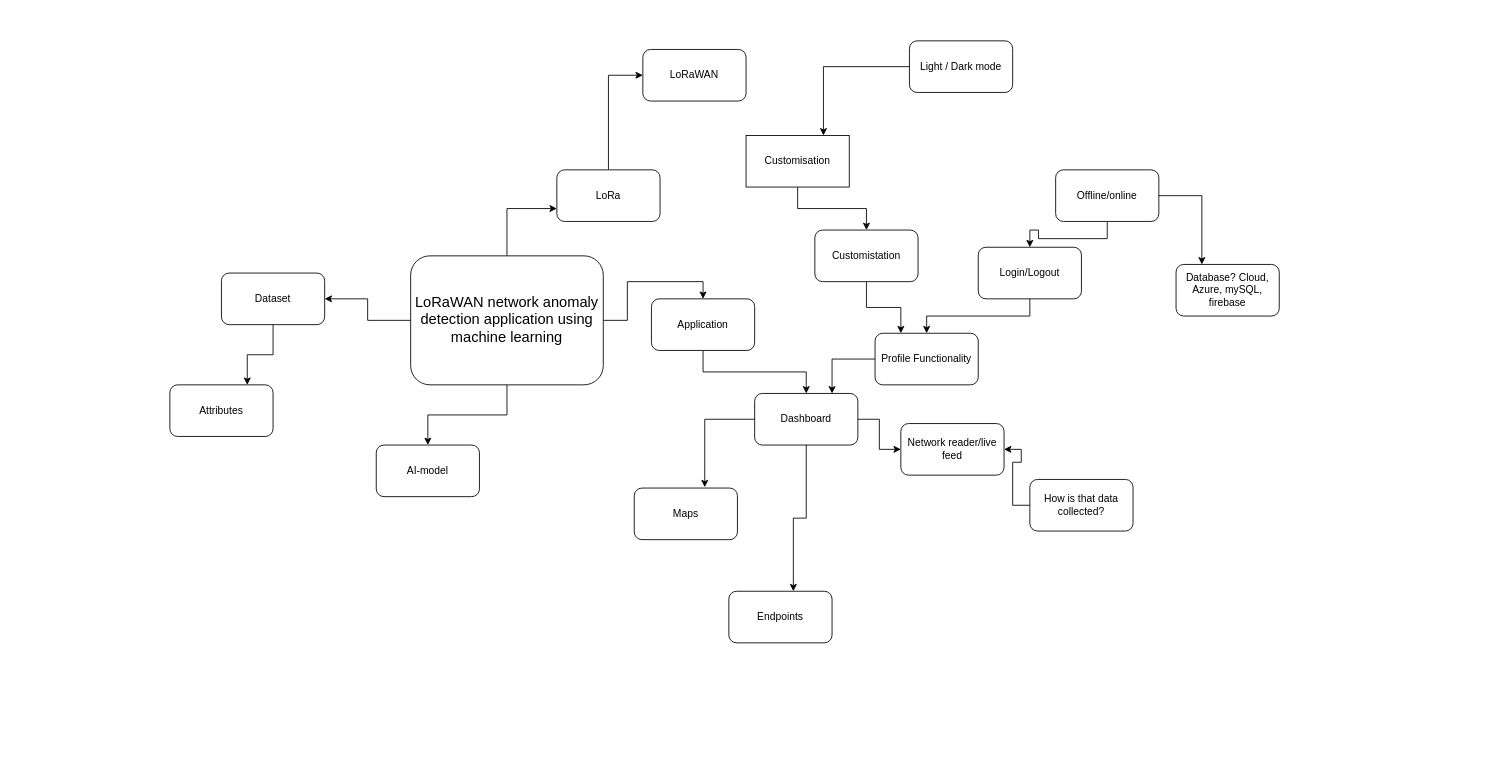
Above: docs/mindmap.drawio in hreid1/COMP3000-LoRaWAN (draw.io), before the change. Source tidied: cells renumbered, new cells numbered last; positions are measured from the earlier drawing's top-left corner, leaving out a move shared by most shapes. Both pictures are drawn from the tidied source at 86%, with x=0, y=0 at pixel (169, 40).
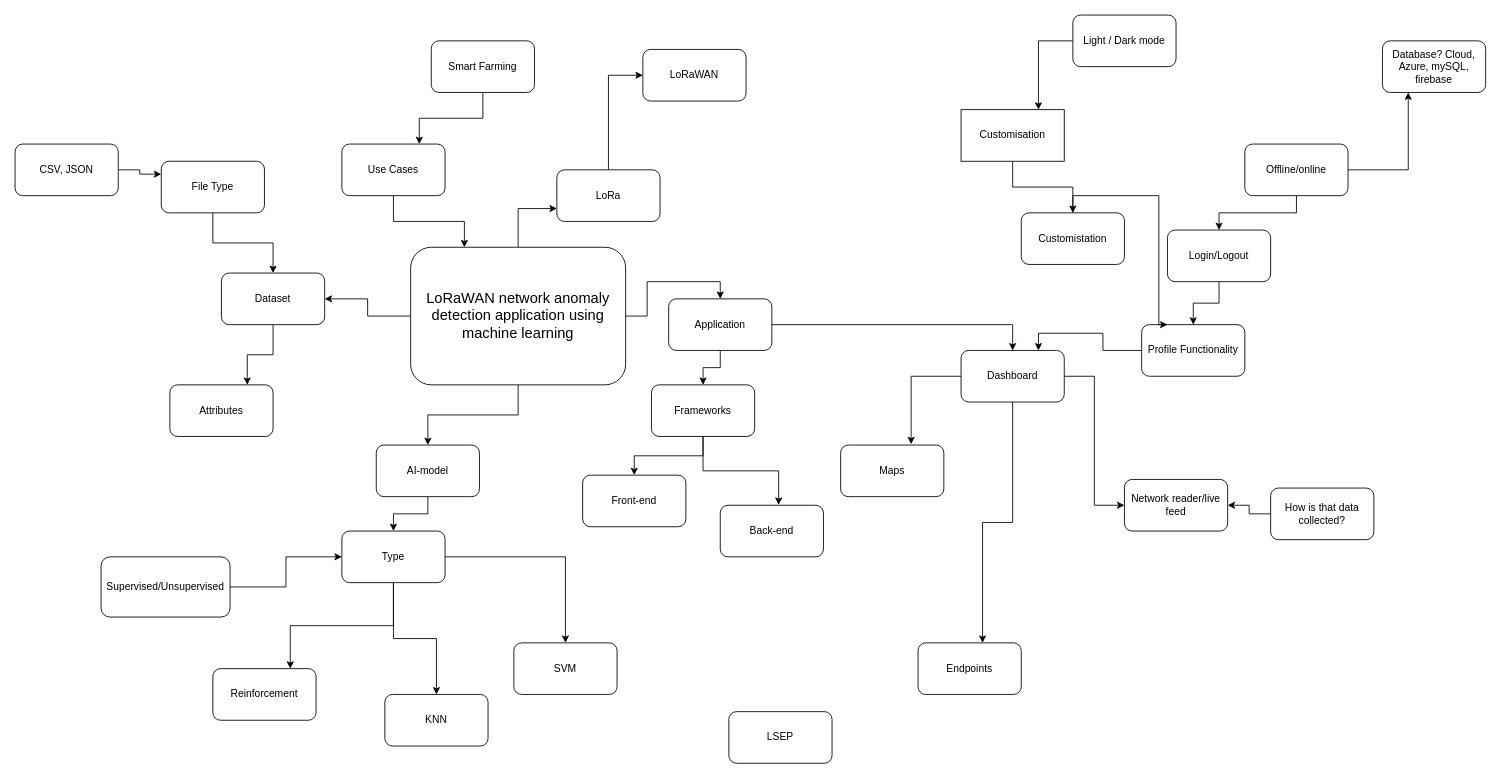
The same page after the edit.

Commit message:
syncing changes between mindmap and github

The change refers to these unchanged cells:
```xml
<mxCell id="26" value="AI-model" style="rounded=1;whiteSpace=wrap;html=1;" parent="1" vertex="1">
  <mxGeometry x="240" y="470" width="120" height="60" as="geometry" />
</mxCell>
<mxCell id="28" value="Dataset" style="rounded=1;whiteSpace=wrap;html=1;" parent="1" vertex="1">
  <mxGeometry x="60" y="270" width="120" height="60" as="geometry" />
</mxCell>
```

Diff of the diagram source:
```diff
@@
     <mxCell id="6" value="&lt;font style=&quot;font-size: 17px;&quot;&gt;LoRaWAN network anomaly detection application using machine learning&lt;/font&gt;" style="rounded=1;whiteSpace=wrap;html=1;" parent="1" vertex="1">
-      <mxGeometry x="280" y="250" width="224" height="150" as="geometry" />
+      <mxGeometry x="280" y="240" width="250" height="160" as="geometry" />
     </mxCell>
@@
+    <mxCell id="39" style="edgeStyle=orthogonalEdgeStyle;rounded=0;jettySize=auto;html=1;entryX=0.5;entryY=0;entryDx=0;entryDy=0;" parent="1" edge="1" source="11" target="58">
+      <mxGeometry relative="1" as="geometry" />
+    </mxCell>
     <mxCell id="11" value="Application" style="rounded=1;whiteSpace=wrap;html=1;" parent="1" vertex="1">
-      <mxGeometry x="560" y="300" width="120" height="60" as="geometry" />
+      <mxGeometry x="580" y="300" width="120" height="60" as="geometry" />
     </mxCell>
@@
     <mxCell id="13" value="Dashboard" style="rounded=1;whiteSpace=wrap;html=1;" parent="1" vertex="1">
-      <mxGeometry x="680" y="410" width="120" height="60" as="geometry" />
+      <mxGeometry x="920" y="360" width="120" height="60" as="geometry" />
     </mxCell>
     <mxCell id="14" value="Endpoints" style="rounded=1;whiteSpace=wrap;html=1;" parent="1" vertex="1">
-      <mxGeometry x="650" y="640" width="120" height="60" as="geometry" />
+      <mxGeometry x="870" y="700" width="120" height="60" as="geometry" />
     </mxCell>
@@
     <mxCell id="16" value="Maps" style="rounded=1;whiteSpace=wrap;html=1;" parent="1" vertex="1">
-      <mxGeometry x="540" y="520" width="120" height="60" as="geometry" />
+      <mxGeometry x="780" y="470" width="120" height="60" as="geometry" />
     </mxCell>
@@
     <mxCell id="19" value="Profile Functionality" style="rounded=1;whiteSpace=wrap;html=1;" parent="1" vertex="1">
-      <mxGeometry x="820" y="340" width="120" height="60" as="geometry" />
+      <mxGeometry x="1130" y="330" width="120" height="60" as="geometry" />
     </mxCell>
@@
     <mxCell id="21" value="Login/Logout" style="rounded=1;whiteSpace=wrap;html=1;" parent="1" vertex="1">
-      <mxGeometry x="940" y="240" width="120" height="60" as="geometry" />
+      <mxGeometry x="1160" y="220" width="120" height="60" as="geometry" />
     </mxCell>
@@
-    <mxCell id="23" style="edgeStyle=orthogonalEdgeStyle;rounded=0;jettySize=auto;html=1;entryX=0.25;entryY=0;entryDx=0;entryDy=0;" parent="1" edge="1" source="24" target="29">
+    <mxCell id="23" style="edgeStyle=orthogonalEdgeStyle;rounded=0;jettySize=auto;html=1;entryX=0.25;entryY=1;entryDx=0;entryDy=0;" parent="1" edge="1" source="24" target="29">
       <mxGeometry relative="1" as="geometry" />
     </mxCell>
     <mxCell id="24" value="Offline/online" style="rounded=1;whiteSpace=wrap;html=1;" parent="1" vertex="1">
-      <mxGeometry x="1030" y="150" width="120" height="60" as="geometry" />
+      <mxGeometry x="1250" y="120" width="120" height="60" as="geometry" />
     </mxCell>
     <mxCell id="25" value="Network reader/live feed" style="rounded=1;whiteSpace=wrap;html=1;" parent="1" vertex="1">
-      <mxGeometry x="850" y="445" width="120" height="60" as="geometry" />
+      <mxGeometry x="1110" y="510" width="120" height="60" as="geometry" />
     </mxCell>
+    <mxCell id="40" style="edgeStyle=orthogonalEdgeStyle;rounded=0;jettySize=auto;html=1;entryX=0.5;entryY=0;entryDx=0;entryDy=0;" parent="1" edge="1" source="26" target="48">
+      <mxGeometry relative="1" as="geometry" />
+    </mxCell>
@@
     <mxCell id="29" value="Database? Cloud, Azure, mySQL, firebase" style="rounded=1;whiteSpace=wrap;html=1;" parent="1" vertex="1">
-      <mxGeometry x="1170" y="260" width="120" height="60" as="geometry" />
+      <mxGeometry x="1410" width="120" height="60" as="geometry" />
     </mxCell>
     <mxCell id="30" style="edgeStyle=orthogonalEdgeStyle;rounded=0;jettySize=auto;html=1;entryX=0.25;entryY=0;entryDx=0;entryDy=0;" parent="1" edge="1" source="31" target="19">
-      <mxGeometry relative="1" as="geometry" />
+      <mxGeometry relative="1" as="geometry">
+        <Array as="points">
+          <mxPoint x="1150" y="180" />
+          <mxPoint x="1150" y="330" />
+        </Array>
+      </mxGeometry>
     </mxCell>
     <mxCell id="31" value="Customistation" style="rounded=1;whiteSpace=wrap;html=1;" parent="1" vertex="1">
-      <mxGeometry x="750" y="220" width="120" height="60" as="geometry" />
+      <mxGeometry x="990" y="200" width="120" height="60" as="geometry" />
     </mxCell>
@@
     <mxCell id="33" value="Customisation" style="rounded=0;whiteSpace=wrap;html=1;" parent="1" vertex="1">
-      <mxGeometry x="670" y="110" width="120" height="60" as="geometry" />
+      <mxGeometry x="920" y="80" width="120" height="60" as="geometry" />
     </mxCell>
@@
     <mxCell id="35" value="Light / Dark mode" style="rounded=1;whiteSpace=wrap;html=1;" parent="1" vertex="1">
-      <mxGeometry x="860" width="120" height="60" as="geometry" />
+      <mxGeometry x="1050" y="-30" width="120" height="60" as="geometry" />
     </mxCell>
@@
     <mxCell id="37" value="How is that data collected?" style="rounded=1;whiteSpace=wrap;html=1;" parent="1" vertex="1">
-      <mxGeometry x="1000" y="510" width="120" height="60" as="geometry" />
+      <mxGeometry x="1280" y="520" width="120" height="60" as="geometry" />
     </mxCell>
@@
+    <mxCell id="41" style="edgeStyle=orthogonalEdgeStyle;rounded=0;jettySize=auto;html=1;entryX=0.25;entryY=0;entryDx=0;entryDy=0;" parent="1" edge="1" source="42" target="6">
+      <mxGeometry relative="1" as="geometry" />
+    </mxCell>
+    <mxCell id="42" value="Use Cases" style="rounded=1;whiteSpace=wrap;html=1;" parent="1" vertex="1">
+      <mxGeometry x="200" y="120" width="120" height="60" as="geometry" />
+    </mxCell>
+    <mxCell id="43" style="edgeStyle=orthogonalEdgeStyle;rounded=0;jettySize=auto;html=1;entryX=0.75;entryY=0;entryDx=0;entryDy=0;" parent="1" edge="1" source="44" target="42">
+      <mxGeometry relative="1" as="geometry" />
+    </mxCell>
+    <mxCell id="44" value="Smart Farming" style="rounded=1;whiteSpace=wrap;html=1;" parent="1" vertex="1">
+      <mxGeometry x="304" width="120" height="60" as="geometry" />
+    </mxCell>
+    <mxCell id="45" style="edgeStyle=orthogonalEdgeStyle;rounded=0;jettySize=auto;html=1;entryX=0.5;entryY=0;entryDx=0;entryDy=0;" parent="1" edge="1" source="48" target="49">
+      <mxGeometry relative="1" as="geometry" />
+    </mxCell>
+    <mxCell id="46" style="edgeStyle=orthogonalEdgeStyle;rounded=0;jettySize=auto;html=1;entryX=0.5;entryY=0;entryDx=0;entryDy=0;" parent="1" edge="1" source="48" target="50">
+      <mxGeometry relative="1" as="geometry" />
+    </mxCell>
+    <mxCell id="47" style="edgeStyle=orthogonalEdgeStyle;rounded=0;jettySize=auto;html=1;entryX=0.75;entryY=0;entryDx=0;entryDy=0;" parent="1" edge="1" source="48" target="53">
+      <mxGeometry relative="1" as="geometry">
+        <Array as="points">
+          <mxPoint x="260" y="680" />
+          <mxPoint x="140" y="680" />
+        </Array>
+      </mxGeometry>
+    </mxCell>
+    <mxCell id="48" value="Type" style="rounded=1;whiteSpace=wrap;html=1;" parent="1" vertex="1">
+      <mxGeometry x="200" y="570" width="120" height="60" as="geometry" />
+    </mxCell>
+    <mxCell id="49" value="SVM" style="rounded=1;whiteSpace=wrap;html=1;" parent="1" vertex="1">
+      <mxGeometry x="400" y="700" width="120" height="60" as="geometry" />
+    </mxCell>
+    <mxCell id="50" value="KNN" style="rounded=1;whiteSpace=wrap;html=1;" parent="1" vertex="1">
+      <mxGeometry x="250" y="760" width="120" height="60" as="geometry" />
+    </mxCell>
+    <mxCell id="51" style="edgeStyle=orthogonalEdgeStyle;rounded=0;jettySize=auto;html=1;entryX=0;entryY=0.5;entryDx=0;entryDy=0;" parent="1" edge="1" source="52" target="48">
+      <mxGeometry relative="1" as="geometry" />
+    </mxCell>
+    <mxCell id="52" value="Supervised/Unsupervised" style="rounded=1;whiteSpace=wrap;html=1;" parent="1" vertex="1">
+      <mxGeometry x="-80" y="600" width="150" height="70" as="geometry" />
+    </mxCell>
+    <mxCell id="53" value="Reinforcement" style="rounded=1;whiteSpace=wrap;html=1;" parent="1" vertex="1">
+      <mxGeometry x="50" y="730" width="120" height="60" as="geometry" />
+    </mxCell>
+    <mxCell id="54" value="LSEP" style="rounded=1;whiteSpace=wrap;html=1;" parent="1" vertex="1">
+      <mxGeometry x="650" y="780" width="120" height="60" as="geometry" />
+    </mxCell>
+    <mxCell id="55" style="edgeStyle=orthogonalEdgeStyle;rounded=0;jettySize=auto;html=1;entryX=0.5;entryY=0;entryDx=0;entryDy=0;" parent="1" edge="1" source="56" target="28">
+      <mxGeometry relative="1" as="geometry" />
+    </mxCell>
+    <mxCell id="56" value="File Type" style="rounded=1;whiteSpace=wrap;html=1;" parent="1" vertex="1">
+      <mxGeometry x="-10" y="140" width="120" height="60" as="geometry" />
+    </mxCell>
+    <mxCell id="57" style="edgeStyle=orthogonalEdgeStyle;rounded=0;jettySize=auto;html=1;entryX=0.5;entryY=0;entryDx=0;entryDy=0;" parent="1" edge="1" source="58" target="59">
+      <mxGeometry relative="1" as="geometry" />
+    </mxCell>
+    <mxCell id="58" value="Frameworks" style="rounded=1;whiteSpace=wrap;html=1;" parent="1" vertex="1">
+      <mxGeometry x="560" y="400" width="120" height="60" as="geometry" />
+    </mxCell>
+    <mxCell id="59" value="Front-end" style="rounded=1;whiteSpace=wrap;html=1;" parent="1" vertex="1">
+      <mxGeometry x="480" y="505" width="120" height="60" as="geometry" />
+    </mxCell>
+    <mxCell id="60" value="Back-end" style="rounded=1;whiteSpace=wrap;html=1;" parent="1" vertex="1">
+      <mxGeometry x="640" y="540" width="120" height="60" as="geometry" />
+    </mxCell>
+    <mxCell id="61" style="edgeStyle=orthogonalEdgeStyle;rounded=0;jettySize=auto;html=1;entryX=0.566;entryY=-0.008;entryDx=0;entryDy=0;entryPerimeter=0;" parent="1" edge="1" source="58" target="60">
+      <mxGeometry relative="1" as="geometry" />
+    </mxCell>
+    <mxCell id="62" style="edgeStyle=orthogonalEdgeStyle;rounded=0;jettySize=auto;html=1;entryX=0;entryY=0.25;entryDx=0;entryDy=0;" parent="1" edge="1" source="63" target="56">
+      <mxGeometry relative="1" as="geometry" />
+    </mxCell>
+    <mxCell id="63" value="CSV, JSON" style="rounded=1;whiteSpace=wrap;html=1;" parent="1" vertex="1">
+      <mxGeometry x="-180" y="120" width="120" height="60" as="geometry" />
+    </mxCell>
```
